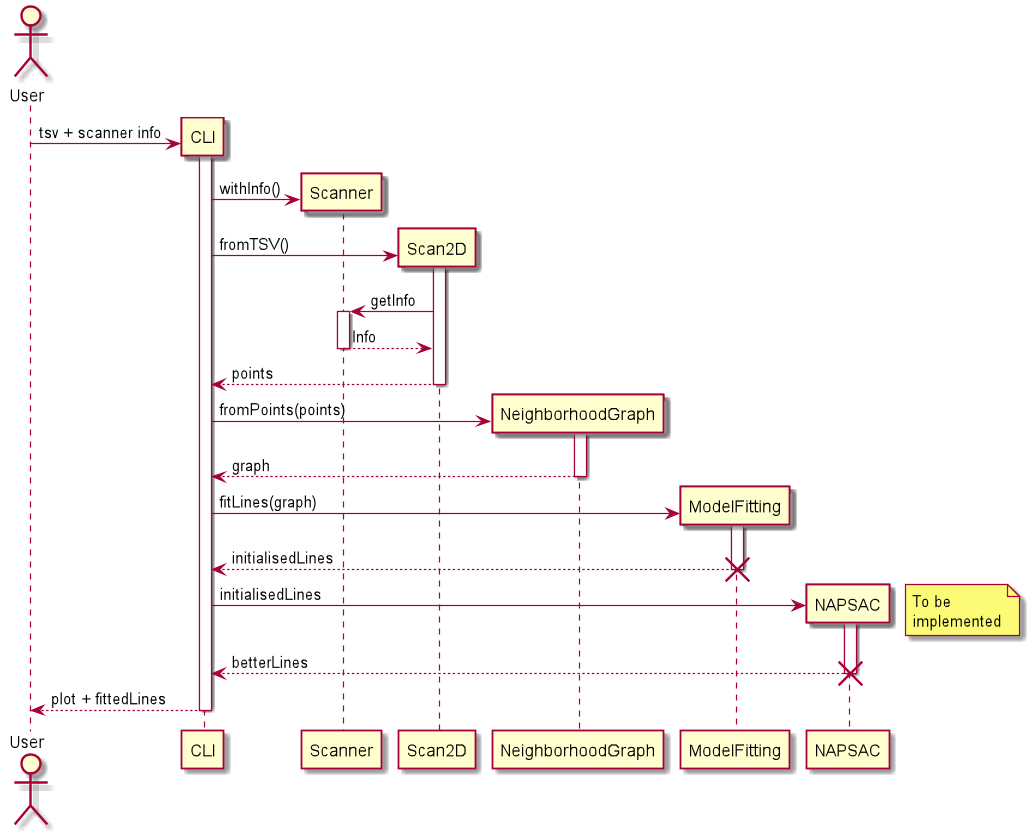
Before: src/docs/sequence.png, a diagram exported from PlantUML (tsteffek/floor-plan-generator). Source of this version:
```plantuml
@startuml
actor User
create CLI
User -> CLI ++ : tsv + scanner info
create Scanner
CLI -> Scanner: withInfo()
create Scan2D
CLI -> Scan2D ++: fromTSV()
Scan2D -> Scanner ++ : getInfo
return Info
return points
create NeighborhoodGraph
CLI -> NeighborhoodGraph ++ : fromPoints(points)
return graph
create ModelFitting
CLI -> ModelFitting ++ : fitLines(graph)
return initialisedLines
destroy ModelFitting
create NAPSAC
CLI -> NAPSAC ++ : initialisedLines
note right : To be\nimplemented
return betterLines
destroy NAPSAC

return plot + fittedLines



@enduml
```
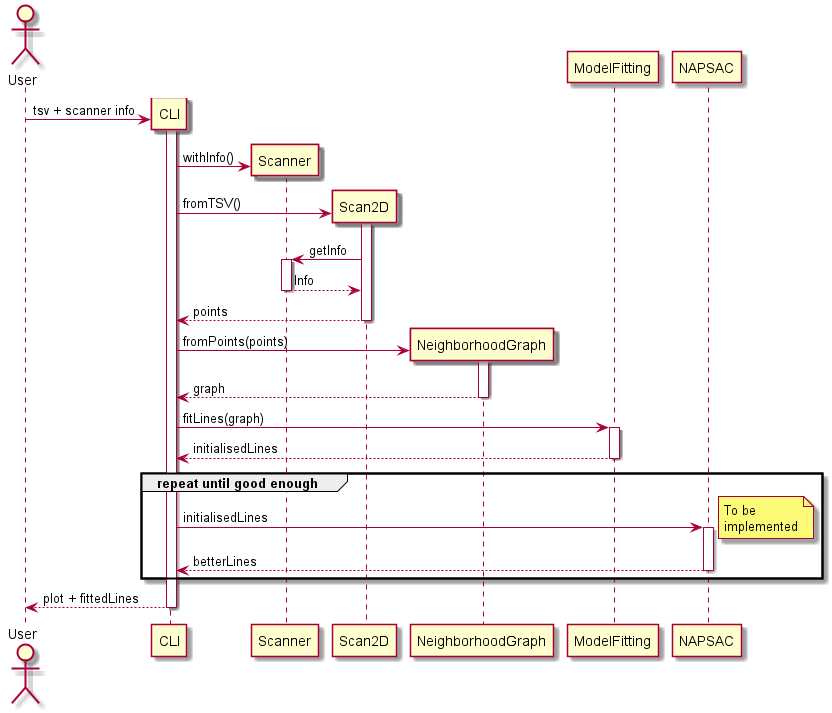
The same file after the commit.

What changed in the source:
```diff
@@ -1,4 +1,5 @@
 @startuml
+
 actor User
 create CLI
 User -> CLI ++ : tsv + scanner info
@@ -12,18 +13,13 @@
 create NeighborhoodGraph
 CLI -> NeighborhoodGraph ++ : fromPoints(points)
 return graph
-create ModelFitting
 CLI -> ModelFitting ++ : fitLines(graph)
 return initialisedLines
-destroy ModelFitting
-create NAPSAC
-CLI -> NAPSAC ++ : initialisedLines
-note right : To be\nimplemented
-return betterLines
-destroy NAPSAC
-
+group repeat until good enough
+    CLI -> NAPSAC ++ : initialisedLines
+    note right : To be\nimplemented
+    return betterLines
+end
 return plot + fittedLines
 
-
-
 @enduml
```
